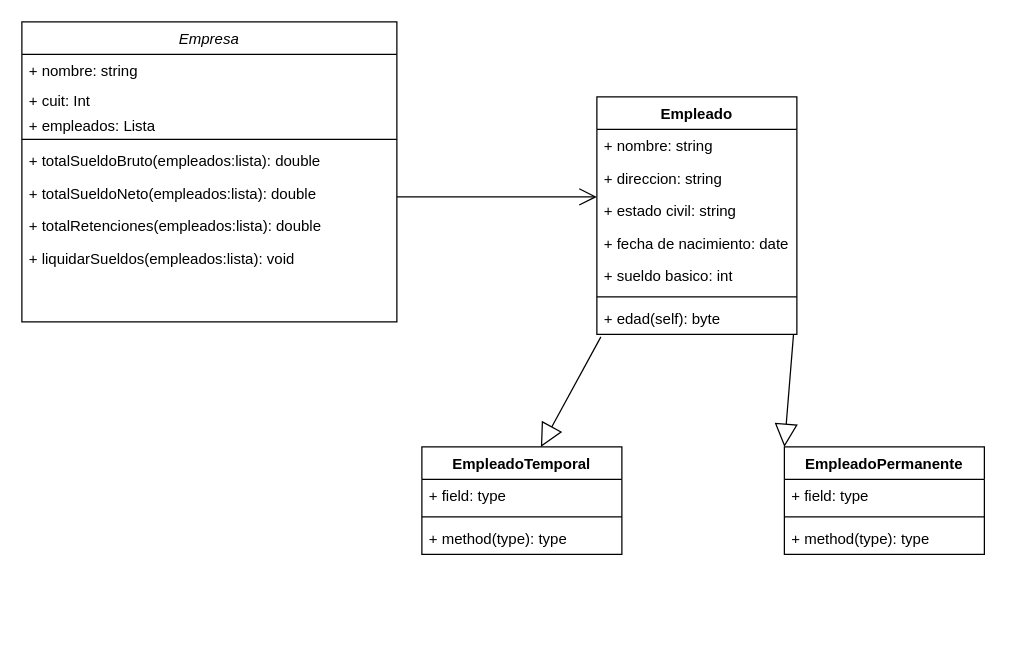
Rodriexze/Objetos2 keeps this draw.io diagram as Diagrama sin título.drawio. Above is the earlier version. Source tidied: cells renumbered, new cells numbered last; positions are measured from the earlier drawing's top-left corner, leaving out a move shared by most shapes. Both pictures are drawn from the tidied source at 125%, with x=0, y=0 at pixel (21, 21).
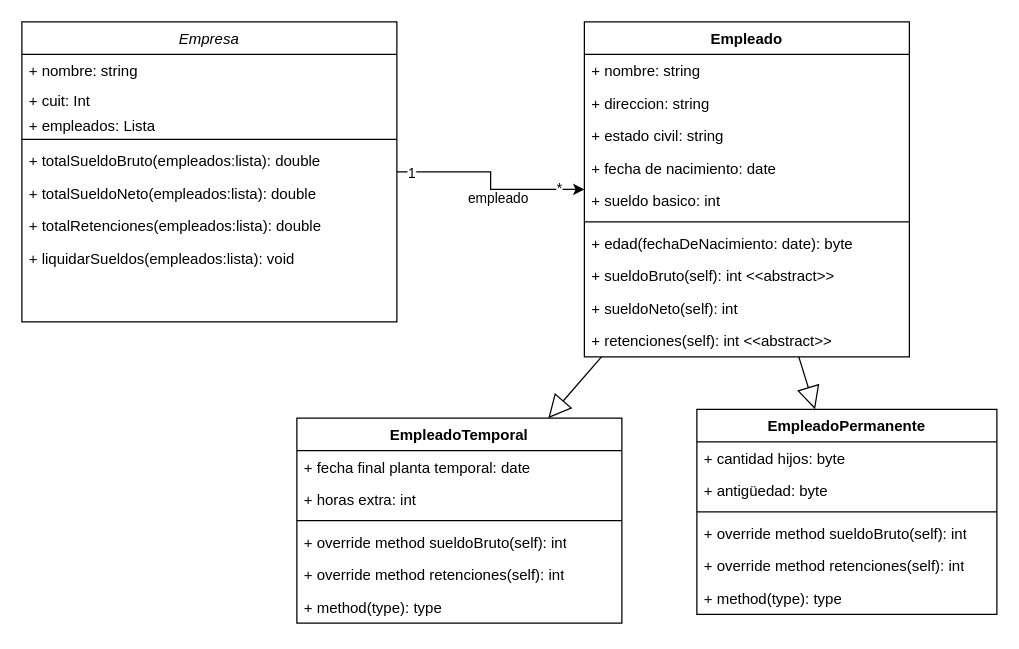
The same page after the edit.

Unchanged cells that the change refers to:
```xml
<mxCell id="2" value="Empresa" style="swimlane;fontStyle=2;align=center;verticalAlign=top;horizontal=1;startSize=26;rounded=0;shadow=0;strokeWidth=1;" parent="1" vertex="1">
  <mxGeometry width="300" height="240" as="geometry" />
</mxCell>
```

Change to the diagram source:
```diff
@@
+    <mxCell id="30" style="edgeStyle=orthogonalEdgeStyle;rounded=0;jettySize=auto;html=1;" parent="1" edge="1" source="2" target="11">
+      <mxGeometry relative="1" as="geometry" />
+    </mxCell>
+    <mxCell id="31" value="empleado" style="edgeLabel;html=1;align=center;verticalAlign=middle;" parent="30" vertex="1">
+      <mxGeometry x="-0.77" relative="1" as="geometry">
+        <mxPoint x="61" y="20" as="offset" />
+      </mxGeometry>
+    </mxCell>
+    <mxCell id="32" value="*" style="edgeLabel;html=1;align=center;verticalAlign=middle;" parent="30" vertex="1">
+      <mxGeometry x="0.42" y="2" relative="1" as="geometry">
+        <mxPoint x="27" as="offset" />
+      </mxGeometry>
+    </mxCell>
+    <mxCell id="33" value="1" style="edgeLabel;html=1;align=center;verticalAlign=middle;" parent="30" vertex="1">
+      <mxGeometry x="-0.87" relative="1" as="geometry" />
+    </mxCell>
@@
     <mxCell id="11" value="Empleado" style="swimlane;fontStyle=1;align=center;verticalAlign=top;horizontal=1;startSize=26;whiteSpace=wrap;html=1;" parent="1" vertex="1">
-      <mxGeometry x="460" y="60" width="160" height="190" as="geometry" />
+      <mxGeometry x="450" width="260" height="268" as="geometry" />
     </mxCell>
     <mxCell id="12" value="+ nombre: string" style="text;strokeColor=none;fillColor=none;align=left;verticalAlign=top;spacingLeft=4;spacingRight=4;overflow=hidden;whiteSpace=wrap;html=1;" parent="11" vertex="1">
-      <mxGeometry y="26" width="160" height="26" as="geometry" />
+      <mxGeometry y="26" width="260" height="26" as="geometry" />
     </mxCell>
     <mxCell id="13" value="+ direccion: string" style="text;strokeColor=none;fillColor=none;align=left;verticalAlign=top;spacingLeft=4;spacingRight=4;overflow=hidden;whiteSpace=wrap;html=1;" parent="11" vertex="1">
-      <mxGeometry y="52" width="160" height="26" as="geometry" />
+      <mxGeometry y="52" width="260" height="26" as="geometry" />
     </mxCell>
     <mxCell id="14" value="+ estado civil: string" style="text;strokeColor=none;fillColor=none;align=left;verticalAlign=top;spacingLeft=4;spacingRight=4;overflow=hidden;whiteSpace=wrap;html=1;" parent="11" vertex="1">
-      <mxGeometry y="78" width="160" height="26" as="geometry" />
+      <mxGeometry y="78" width="260" height="26" as="geometry" />
     </mxCell>
     <mxCell id="15" value="+ fecha de nacimiento: date" style="text;strokeColor=none;fillColor=none;align=left;verticalAlign=top;spacingLeft=4;spacingRight=4;overflow=hidden;whiteSpace=wrap;html=1;" parent="11" vertex="1">
-      <mxGeometry y="104" width="160" height="26" as="geometry" />
+      <mxGeometry y="104" width="260" height="26" as="geometry" />
     </mxCell>
     <mxCell id="16" value="+ sueldo basico: int" style="text;strokeColor=none;fillColor=none;align=left;verticalAlign=top;spacingLeft=4;spacingRight=4;overflow=hidden;whiteSpace=wrap;html=1;" parent="11" vertex="1">
-      <mxGeometry y="130" width="160" height="26" as="geometry" />
+      <mxGeometry y="130" width="260" height="26" as="geometry" />
     </mxCell>
     <mxCell id="17" style="line;strokeWidth=1;fillColor=none;align=left;verticalAlign=middle;spacingTop=-1;spacingLeft=3;spacingRight=3;labelPosition=right;strokeColor=inherit;" parent="11" vertex="1">
-      <mxGeometry y="156" width="160" height="8" as="geometry" />
+      <mxGeometry y="156" width="260" height="8" as="geometry" />
     </mxCell>
-    <mxCell id="18" value="+ edad(self): byte" style="text;strokeColor=none;fillColor=none;align=left;verticalAlign=top;spacingLeft=4;spacingRight=4;overflow=hidden;points=[[0,0.5],[1,0.5]];portConstraint=eastwest;whiteSpace=wrap;html=1;" parent="11" vertex="1">
-      <mxGeometry y="164" width="160" height="26" as="geometry" />
+    <mxCell id="18" value="+ edad(fechaDeNacimiento: date): byte" style="text;strokeColor=none;fillColor=none;align=left;verticalAlign=top;spacingLeft=4;spacingRight=4;overflow=hidden;points=[[0,0.5],[1,0.5]];portConstraint=eastwest;whiteSpace=wrap;html=1;" parent="11" vertex="1">
+      <mxGeometry y="164" width="260" height="26" as="geometry" />
     </mxCell>
+    <mxCell id="34" value="+ sueldoBruto(self): int &amp;lt;&amp;lt;abstract&amp;gt;&amp;gt;" style="text;strokeColor=none;fillColor=none;align=left;verticalAlign=top;spacingLeft=4;spacingRight=4;overflow=hidden;whiteSpace=wrap;html=1;" parent="11" vertex="1">
+      <mxGeometry y="190" width="260" height="26" as="geometry" />
+    </mxCell>
+    <mxCell id="35" value="+ sueldoNeto(self): int&amp;nbsp;" style="text;strokeColor=none;fillColor=none;align=left;verticalAlign=top;spacingLeft=4;spacingRight=4;overflow=hidden;whiteSpace=wrap;html=1;" parent="11" vertex="1">
+      <mxGeometry y="216" width="260" height="26" as="geometry" />
+    </mxCell>
+    <mxCell id="36" value="+ retenciones(self): int &amp;lt;&amp;lt;abstract&amp;gt;&amp;gt;" style="text;strokeColor=none;fillColor=none;align=left;verticalAlign=top;spacingLeft=4;spacingRight=4;overflow=hidden;whiteSpace=wrap;html=1;" parent="11" vertex="1">
+      <mxGeometry y="242" width="260" height="26" as="geometry" />
+    </mxCell>
     <mxCell id="19" value="EmpleadoTemporal" style="swimlane;fontStyle=1;align=center;verticalAlign=top;horizontal=1;startSize=26;whiteSpace=wrap;html=1;" parent="1" vertex="1">
-      <mxGeometry x="320" y="340" width="160" height="86" as="geometry" />
+      <mxGeometry x="220" y="317" width="260" height="164" as="geometry" />
     </mxCell>
-    <mxCell id="20" value="+ field: type" style="text;strokeColor=none;fillColor=none;align=left;verticalAlign=top;spacingLeft=4;spacingRight=4;overflow=hidden;whiteSpace=wrap;html=1;" parent="19" vertex="1">
-      <mxGeometry y="26" width="160" height="26" as="geometry" />
+    <mxCell id="20" value="+ fecha final planta temporal: date" style="text;strokeColor=none;fillColor=none;align=left;verticalAlign=top;spacingLeft=4;spacingRight=4;overflow=hidden;whiteSpace=wrap;html=1;" parent="19" vertex="1">
+      <mxGeometry y="26" width="260" height="26" as="geometry" />
     </mxCell>
+    <mxCell id="37" value="+ horas extra: int" style="text;strokeColor=none;fillColor=none;align=left;verticalAlign=top;spacingLeft=4;spacingRight=4;overflow=hidden;whiteSpace=wrap;html=1;" parent="19" vertex="1">
+      <mxGeometry y="52" width="260" height="26" as="geometry" />
+    </mxCell>
     <mxCell id="21" style="line;strokeWidth=1;fillColor=none;align=left;verticalAlign=middle;spacingTop=-1;spacingLeft=3;spacingRight=3;labelPosition=right;strokeColor=inherit;" parent="19" vertex="1">
-      <mxGeometry y="52" width="160" height="8" as="geometry" />
+      <mxGeometry y="78" width="260" height="8" as="geometry" />
     </mxCell>
+    <mxCell id="38" value="+ override method sueldoBruto(self): int" style="text;strokeColor=none;fillColor=none;align=left;verticalAlign=top;spacingLeft=4;spacingRight=4;overflow=hidden;whiteSpace=wrap;html=1;" parent="19" vertex="1">
+      <mxGeometry y="86" width="260" height="26" as="geometry" />
+    </mxCell>
+    <mxCell id="39" value="+ override method retenciones(self): int" style="text;strokeColor=none;fillColor=none;align=left;verticalAlign=top;spacingLeft=4;spacingRight=4;overflow=hidden;whiteSpace=wrap;html=1;" parent="19" vertex="1">
+      <mxGeometry y="112" width="260" height="26" as="geometry" />
+    </mxCell>
     <mxCell id="22" value="+ method(type): type" style="text;strokeColor=none;fillColor=none;align=left;verticalAlign=top;spacingLeft=4;spacingRight=4;overflow=hidden;whiteSpace=wrap;html=1;" parent="19" vertex="1">
-      <mxGeometry y="60" width="160" height="26" as="geometry" />
+      <mxGeometry y="138" width="260" height="26" as="geometry" />
     </mxCell>
     <mxCell id="23" value="EmpleadoPermanente" style="swimlane;fontStyle=1;align=center;verticalAlign=top;horizontal=1;startSize=26;whiteSpace=wrap;html=1;" parent="1" vertex="1">
-      <mxGeometry x="610" y="340" width="160" height="86" as="geometry" />
+      <mxGeometry x="540" y="310" width="240" height="164" as="geometry" />
     </mxCell>
-    <mxCell id="24" value="+ field: type" style="text;strokeColor=none;fillColor=none;align=left;verticalAlign=top;spacingLeft=4;spacingRight=4;overflow=hidden;whiteSpace=wrap;html=1;" parent="23" vertex="1">
-      <mxGeometry y="26" width="160" height="26" as="geometry" />
+    <mxCell id="24" value="+ cantidad hijos: byte" style="text;strokeColor=none;fillColor=none;align=left;verticalAlign=top;spacingLeft=4;spacingRight=4;overflow=hidden;whiteSpace=wrap;html=1;" parent="23" vertex="1">
+      <mxGeometry y="26" width="240" height="26" as="geometry" />
     </mxCell>
+    <mxCell id="40" value="+ antigüedad: byte" style="text;strokeColor=none;fillColor=none;align=left;verticalAlign=top;spacingLeft=4;spacingRight=4;overflow=hidden;whiteSpace=wrap;html=1;" parent="23" vertex="1">
+      <mxGeometry y="52" width="240" height="26" as="geometry" />
+    </mxCell>
     <mxCell id="25" style="line;strokeWidth=1;fillColor=none;align=left;verticalAlign=middle;spacingTop=-1;spacingLeft=3;spacingRight=3;labelPosition=right;strokeColor=inherit;" parent="23" vertex="1">
-      <mxGeometry y="52" width="160" height="8" as="geometry" />
+      <mxGeometry y="78" width="240" height="8" as="geometry" />
     </mxCell>
+    <mxCell id="41" value="+ override method sueldoBruto(self): int" style="text;strokeColor=none;fillColor=none;align=left;verticalAlign=top;spacingLeft=4;spacingRight=4;overflow=hidden;whiteSpace=wrap;html=1;" parent="23" vertex="1">
+      <mxGeometry y="86" width="240" height="26" as="geometry" />
+    </mxCell>
+    <mxCell id="42" value="+ override method retenciones(self): int" style="text;strokeColor=none;fillColor=none;align=left;verticalAlign=top;spacingLeft=4;spacingRight=4;overflow=hidden;whiteSpace=wrap;html=1;" parent="23" vertex="1">
+      <mxGeometry y="112" width="240" height="26" as="geometry" />
+    </mxCell>
     <mxCell id="26" value="+ method(type): type" style="text;strokeColor=none;fillColor=none;align=left;verticalAlign=top;spacingLeft=4;spacingRight=4;overflow=hidden;whiteSpace=wrap;html=1;" parent="23" vertex="1">
-      <mxGeometry y="60" width="160" height="26" as="geometry" />
+      <mxGeometry y="138" width="240" height="26" as="geometry" />
     </mxCell>
-    <mxCell id="27" style="endArrow=open;endFill=1;endSize=12;html=1;rounded=0;" parent="1" edge="1">
-      <mxGeometry relative="1" as="geometry">
-        <mxPoint x="300" y="140" as="sourcePoint" />
-        <mxPoint x="460" y="140" as="targetPoint" />
-      </mxGeometry>
-    </mxCell>
-    <mxCell id="28" style="endArrow=block;endSize=16;endFill=0;html=1;rounded=0;entryX=0.595;entryY=0;entryDx=0;entryDy=0;entryPerimeter=0;exitX=0.02;exitY=1.077;exitDx=0;exitDy=0;exitPerimeter=0;" parent="1" edge="1" source="18" target="19">
+    <mxCell id="28" style="endArrow=block;endSize=16;endFill=0;html=1;rounded=0;" parent="1" edge="1" source="11" target="19">
       <mxGeometry relative="1" as="geometry" />
     </mxCell>
-    <mxCell id="29" style="endArrow=block;endSize=16;endFill=0;html=1;rounded=0;entryX=0;entryY=0;entryDx=0;entryDy=0;exitX=0.983;exitY=1.015;exitDx=0;exitDy=0;exitPerimeter=0;" parent="1" edge="1" source="18" target="23">
-      <mxGeometry relative="1" as="geometry" />
-    </mxCell>
+    <mxCell id="43" style="endArrow=block;endSize=16;endFill=0;html=1;rounded=0;" parent="1" edge="1" source="11" target="23">
+      <mxGeometry relative="1" as="geometry" />
+    </mxCell>
```
